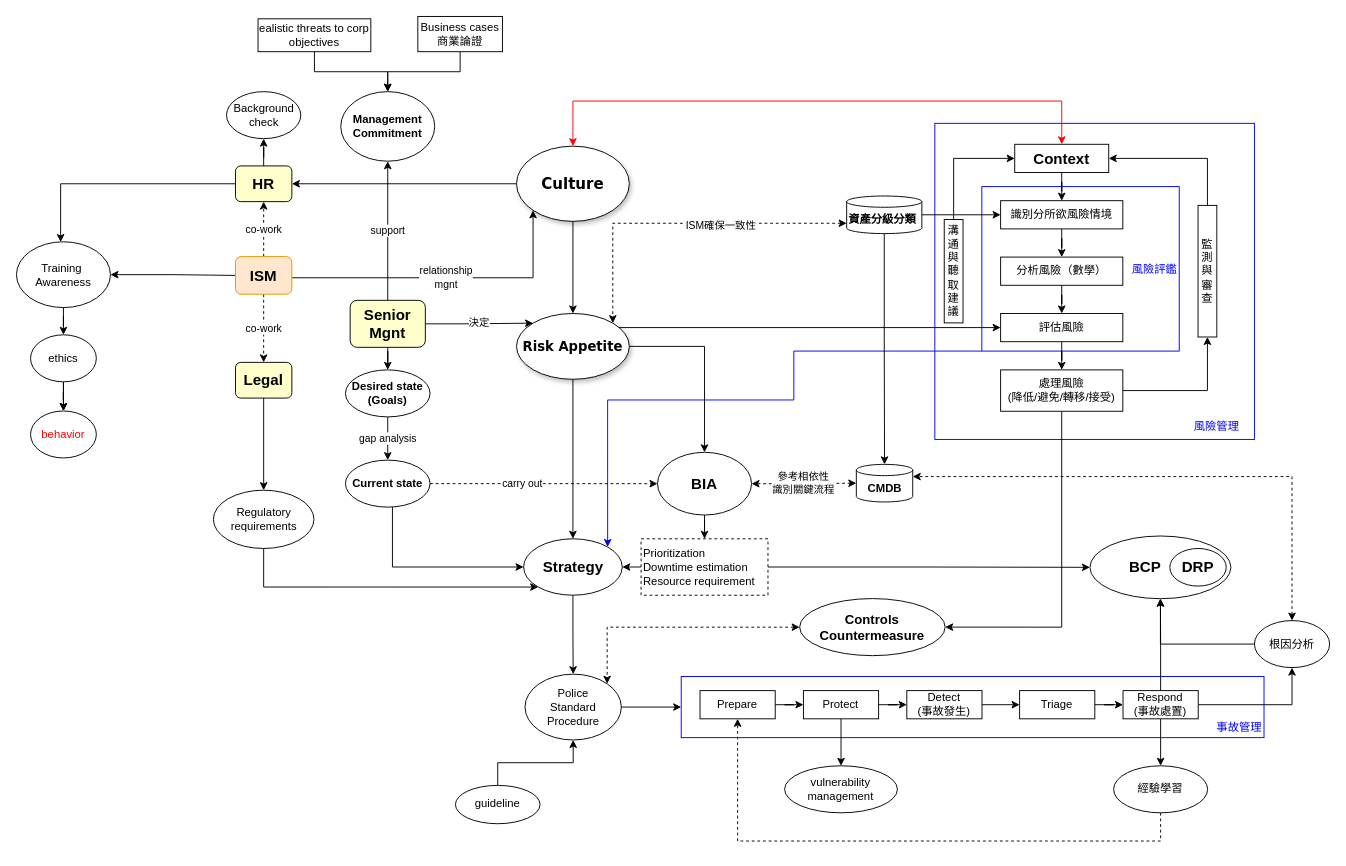
The draw.io diagram Untitled Diagram.drawio in digipenguin/machinelearn-ndu, before the edit. Source tidied: cells renumbered, new cells numbered last; positions are measured from the earlier drawing's top-left corner, leaving out a move shared by most shapes. Both pictures are drawn from the tidied source at 94%, with x=0, y=0 at pixel (16, 16).
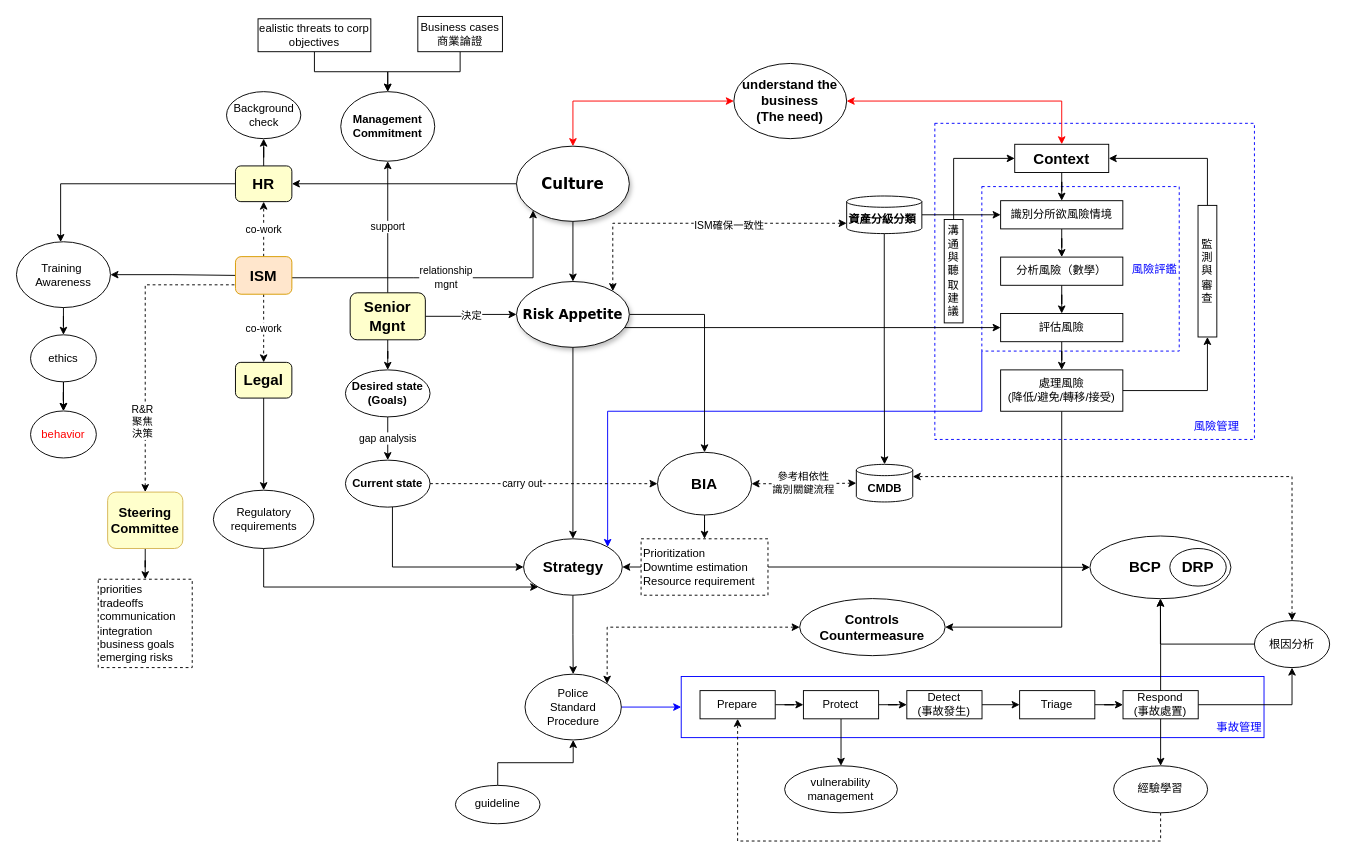
The same diagram, later.

The change refers to these unchanged cells:
```xml
<mxCell id="3" value="&lt;div&gt;&lt;span&gt;&lt;font color=&quot;#0000ff&quot;&gt;&lt;br&gt;&lt;/font&gt;&lt;/span&gt;&lt;/div&gt;&lt;div&gt;&lt;span&gt;&lt;font color=&quot;#0000ff&quot;&gt;&lt;br&gt;&lt;/font&gt;&lt;/span&gt;&lt;/div&gt;&lt;div&gt;&lt;span&gt;&lt;font color=&quot;#0000ff&quot;&gt;&lt;br&gt;&lt;/font&gt;&lt;/span&gt;&lt;/div&gt;&lt;div&gt;&lt;span&gt;&lt;font color=&quot;#0000ff&quot;&gt;事故管理&lt;/font&gt;&lt;/span&gt;&lt;/div&gt;" style="rounded=0;whiteSpace=wrap;html=1;fillColor=#FFFFFF;strokeColor=#0000FF;align=right;" parent="1" vertex="1">
  <mxGeometry x="707.2" y="702.2" width="620" height="65" as="geometry" />
</mxCell>
<mxCell id="9" value="&lt;span&gt;&lt;font size=&quot;1&quot;&gt;&lt;b style=&quot;font-size: 16px&quot;&gt;Culture&lt;/b&gt;&lt;/font&gt;&lt;/span&gt;" style="ellipse;whiteSpace=wrap;html=1;rounded=0;shadow=1;comic=0;labelBackgroundColor=none;strokeWidth=1;fontFamily=Verdana;fontSize=12;align=center;" parent="1" vertex="1">
  <mxGeometry x="532" y="138" width="120" height="80" as="geometry" />
</mxCell>
<mxCell id="15" value="&lt;b&gt;&lt;font style=&quot;font-size: 16px&quot;&gt;Strategy&lt;/font&gt;&lt;/b&gt;" style="ellipse;whiteSpace=wrap;html=1;" parent="1" vertex="1">
  <mxGeometry x="539.5" y="555.7" width="105" height="60" as="geometry" />
</mxCell>
<mxCell id="17" value="Police&lt;br&gt;Standard&lt;br&gt;Procedure" style="ellipse;whiteSpace=wrap;html=1;" parent="1" vertex="1">
  <mxGeometry x="541" y="699.7" width="102.5" height="70" as="geometry" />
</mxCell>
<mxCell id="28" value="&lt;b&gt;&lt;font style=&quot;font-size: 16px&quot;&gt;ISM&lt;/font&gt;&lt;/b&gt;" style="rounded=1;whiteSpace=wrap;html=1;fillColor=#ffe6cc;strokeColor=#d79b00;" parent="1" vertex="1">
  <mxGeometry x="233" y="255.5" width="60" height="40" as="geometry" />
</mxCell>
<mxCell id="33" value="&lt;b&gt;&lt;font style=&quot;font-size: 16px&quot;&gt;Context&lt;/font&gt;&lt;/b&gt;" style="rounded=0;whiteSpace=wrap;html=1;fillColor=#FFFFFF;" parent="1" vertex="1">
  <mxGeometry x="1062" y="136" width="100" height="30" as="geometry" />
</mxCell>
```

The edit, as a diff of the source:
```diff
@@
-    <mxCell id="2" value="&lt;div style=&quot;text-align: justify&quot;&gt;&lt;/div&gt;" style="rounded=0;whiteSpace=wrap;html=1;align=right;strokeColor=#0000FF;" parent="1" vertex="1">
+    <mxCell id="2" value="&lt;div style=&quot;text-align: justify&quot;&gt;&lt;/div&gt;" style="rounded=0;whiteSpace=wrap;html=1;align=right;strokeColor=#0000FF;dashed=1;" parent="1" vertex="1">
       <mxGeometry x="977" y="113.7" width="340" height="336.3" as="geometry" />
     </mxCell>
@@
     <mxCell id="4" style="edgeStyle=orthogonalEdgeStyle;rounded=0;jettySize=auto;html=1;entryX=1;entryY=0;entryDx=0;entryDy=0;startArrow=none;startFill=0;endArrow=classic;endFill=1;exitX=0;exitY=1;exitDx=0;exitDy=0;strokeColor=#0000FF;" parent="1" edge="1" source="5" target="15">
       <mxGeometry relative="1" as="geometry">
         <Array as="points">
-          <mxPoint x="827" y="356" />
-          <mxPoint x="827" y="408" />
-          <mxPoint x="629" y="408" />
+          <mxPoint x="1027" y="420" />
+          <mxPoint x="629" y="420" />
         </Array>
       </mxGeometry>
     </mxCell>
-    <mxCell id="5" value="&lt;font color=&quot;#0000ff&quot;&gt;風險評鑑&lt;/font&gt;" style="rounded=0;whiteSpace=wrap;html=1;fillColor=#FFFFFF;align=right;strokeColor=#0000FF;" parent="1" vertex="1">
+    <mxCell id="5" value="&lt;font color=&quot;#0000ff&quot;&gt;風險評鑑&lt;/font&gt;" style="rounded=0;whiteSpace=wrap;html=1;fillColor=#FFFFFF;align=right;strokeColor=#0000FF;dashed=1;" parent="1" vertex="1">
       <mxGeometry x="1027" y="181" width="210" height="175" as="geometry" />
     </mxCell>
-    <mxCell id="6" style="edgeStyle=orthogonalEdgeStyle;rounded=0;jettySize=auto;html=1;exitX=0.5;exitY=0;exitDx=0;exitDy=0;startArrow=classic;startFill=1;endArrow=classic;endFill=1;strokeColor=#FF0000;" parent="1" edge="1" source="33" target="9">
+    <mxCell id="6" style="edgeStyle=orthogonalEdgeStyle;rounded=0;jettySize=auto;html=1;exitX=0;exitY=0.5;exitDx=0;exitDy=0;startArrow=classic;startFill=1;endArrow=classic;endFill=1;strokeColor=#FF0000;" parent="1" edge="1" source="104" target="9">
       <mxGeometry relative="1" as="geometry">
         <Array as="points">
-          <mxPoint x="1112" y="90" />
           <mxPoint x="592" y="90" />
         </Array>
       </mxGeometry>
     </mxCell>
@@
     <mxCell id="13" value="&lt;span&gt;&lt;font size=&quot;1&quot;&gt;&lt;b style=&quot;font-size: 14px&quot;&gt;Risk Appetite&lt;/b&gt;&lt;/font&gt;&lt;/span&gt;" style="ellipse;whiteSpace=wrap;html=1;rounded=0;shadow=1;comic=0;labelBackgroundColor=none;strokeWidth=1;fontFamily=Verdana;fontSize=12;align=center;" parent="1" vertex="1">
-      <mxGeometry x="532" y="316" width="120" height="70" as="geometry" />
+      <mxGeometry x="532" y="282" width="120" height="70" as="geometry" />
     </mxCell>
@@
-    <mxCell id="16" style="edgeStyle=orthogonalEdgeStyle;rounded=0;jettySize=auto;html=1;" parent="1" edge="1" source="17" target="3">
+    <mxCell id="16" style="edgeStyle=orthogonalEdgeStyle;rounded=0;jettySize=auto;html=1;strokeColor=#0000FF;" parent="1" edge="1" source="17" target="3">
       <mxGeometry relative="1" as="geometry" />
     </mxCell>
@@
-    <mxCell id="84" value="決定" style="edgeStyle=orthogonalEdgeStyle;rounded=0;jettySize=auto;html=1;startArrow=none;startFill=0;endArrow=classic;endFill=1;entryX=0;entryY=0;entryDx=0;entryDy=0;" parent="1" edge="1" source="87" target="13">
+    <mxCell id="84" value="決定" style="edgeStyle=orthogonalEdgeStyle;rounded=0;jettySize=auto;html=1;startArrow=none;startFill=0;endArrow=classic;endFill=1;entryX=0;entryY=0.5;entryDx=0;entryDy=0;" parent="1" edge="1" source="87" target="13">
       <mxGeometry relative="1" as="geometry" />
     </mxCell>
@@
     <mxCell id="87" value="&lt;span style=&quot;font-size: 16px&quot;&gt;&lt;b&gt;Senior&lt;br&gt;Mgnt&lt;br&gt;&lt;/b&gt;&lt;/span&gt;" style="rounded=1;whiteSpace=wrap;html=1;fillColor=#FFFFCC;" parent="1" vertex="1">
-      <mxGeometry x="355" y="302" width="80" height="50" as="geometry" />
+      <mxGeometry x="355" y="294" width="80" height="50" as="geometry" />
     </mxCell>
@@
+    <mxCell id="104" value="&lt;font style=&quot;font-size: 14px&quot;&gt;&lt;b&gt;understand the business&lt;br&gt;(The need)&lt;br&gt;&lt;/b&gt;&lt;/font&gt;" style="ellipse;whiteSpace=wrap;html=1;" parent="1" vertex="1">
+      <mxGeometry x="763.2" y="50" width="120" height="80" as="geometry" />
+    </mxCell>
+    <mxCell id="105" style="edgeStyle=orthogonalEdgeStyle;rounded=0;jettySize=auto;html=1;exitX=0.5;exitY=0;exitDx=0;exitDy=0;startArrow=classic;startFill=1;endArrow=classic;endFill=1;strokeColor=#FF0000;" parent="1" edge="1" source="33" target="104">
+      <mxGeometry relative="1" as="geometry">
+        <Array as="points">
+          <mxPoint x="1112" y="90" />
+        </Array>
+      </mxGeometry>
+    </mxCell>
+    <mxCell id="106" style="edgeStyle=orthogonalEdgeStyle;rounded=0;jettySize=auto;html=1;startArrow=none;startFill=0;" parent="1" edge="1" source="109" target="110">
+      <mxGeometry relative="1" as="geometry" />
+    </mxCell>
+    <mxCell id="107" style="edgeStyle=orthogonalEdgeStyle;rounded=0;jettySize=auto;html=1;entryX=0;entryY=0.75;entryDx=0;entryDy=0;startArrow=classic;startFill=1;exitX=0.5;exitY=0;exitDx=0;exitDy=0;endArrow=none;endFill=0;dashed=1;" parent="1" edge="1" source="109" target="28">
+      <mxGeometry relative="1" as="geometry" />
+    </mxCell>
+    <mxCell id="108" value="R&amp;amp;R&lt;br&gt;聚焦&lt;br&gt;決策" style="edgeLabel;html=1;align=center;verticalAlign=middle;" parent="107" vertex="1">
+      <mxGeometry x="-0.52" y="4" relative="1" as="geometry" />
+    </mxCell>
+    <mxCell id="109" value="&lt;b style=&quot;font-size: 14px&quot;&gt;Steering&lt;br&gt;Committee&lt;/b&gt;" style="rounded=1;whiteSpace=wrap;html=1;strokeColor=#d6b656;fillColor=#FFFFCC;" parent="1" vertex="1">
+      <mxGeometry x="97" y="506" width="80" height="60" as="geometry" />
+    </mxCell>
+    <mxCell id="110" value="priorities&lt;br&gt;tradeoffs&lt;br&gt;communication&amp;nbsp;&lt;br&gt;integration&lt;br&gt;business goals&lt;br&gt;emerging risks" style="rounded=0;whiteSpace=wrap;html=1;strokeColor=#000000;align=left;dashed=1;" parent="1" vertex="1">
+      <mxGeometry x="87" y="598.7" width="100" height="94" as="geometry" />
+    </mxCell>
```
